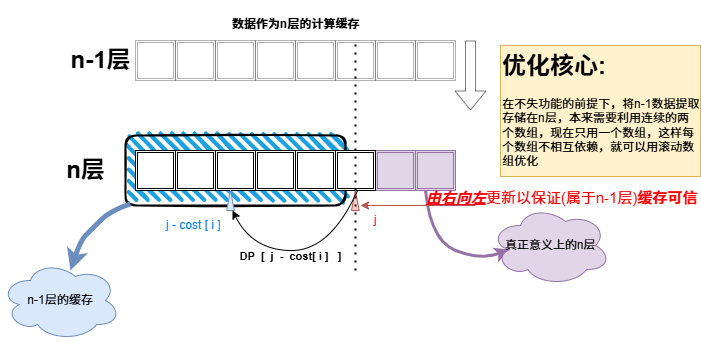
AliceAuto/AliceAuto.github.io keeps this draw.io diagram as 算法/Resource/01背包优化思路.drawio.png. Above is the earlier version. Source tidied: cells renumbered, new cells last; positions are measured from the earlier drawing's top-left corner, leaving out a move shared by most shapes.
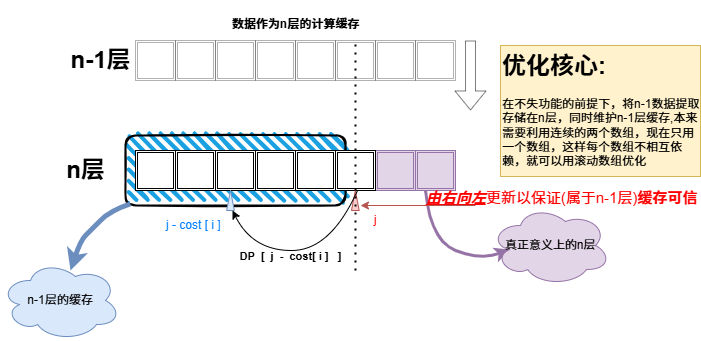
Above is the later version.

Commit message:
更新01背包优化思路.drawio.png

The edit, as a diff of the source:
```diff
@@ -128,7 +128,7 @@
     <mxCell id="33" value="&lt;font style=&quot;color: rgb(255, 0, 0);&quot;&gt;j&lt;/font&gt;" style="text;html=1;align=center;verticalAlign=middle;whiteSpace=wrap;rounded=0;" parent="1" vertex="1">
       <mxGeometry x="345" y="205" width="60" height="30" as="geometry" />
     </mxCell>
-    <mxCell id="34" value="&lt;h1 style=&quot;margin-top: 0px;&quot;&gt;优化核心:&lt;/h1&gt;&lt;p&gt;在不失功能的前提下，将n-1数据提取存储在n层，本来需要利用连续的两个数组，现在只用一个数组，这样每个数组不相互依赖，就可以用滚动数组优化&lt;/p&gt;" style="text;html=1;whiteSpace=wrap;overflow=hidden;rounded=0;fillColor=#fff2cc;strokeColor=#d6b656;" parent="1" vertex="1">
+    <mxCell id="34" value="&lt;h1 style=&quot;margin-top: 0px;&quot;&gt;优化核心:&lt;/h1&gt;&lt;p&gt;在不失功能的前提下，将n-1数据提取存储在n层，同时维护n-1层缓存,本来需要利用连续的两个数组，现在只用一个数组，这样每个数组不相互依赖，就可以用滚动数组优化&lt;/p&gt;" style="text;html=1;whiteSpace=wrap;overflow=hidden;rounded=0;fillColor=#fff2cc;strokeColor=#d6b656;" parent="1" vertex="1">
       <mxGeometry x="500" y="45" width="200" height="131" as="geometry" />
     </mxCell>
     <mxCell id="35" style="endArrow=classic;html=1;rounded=0;fillColor=#f8cecc;strokeColor=#b85450;" parent="1" edge="1">
```
